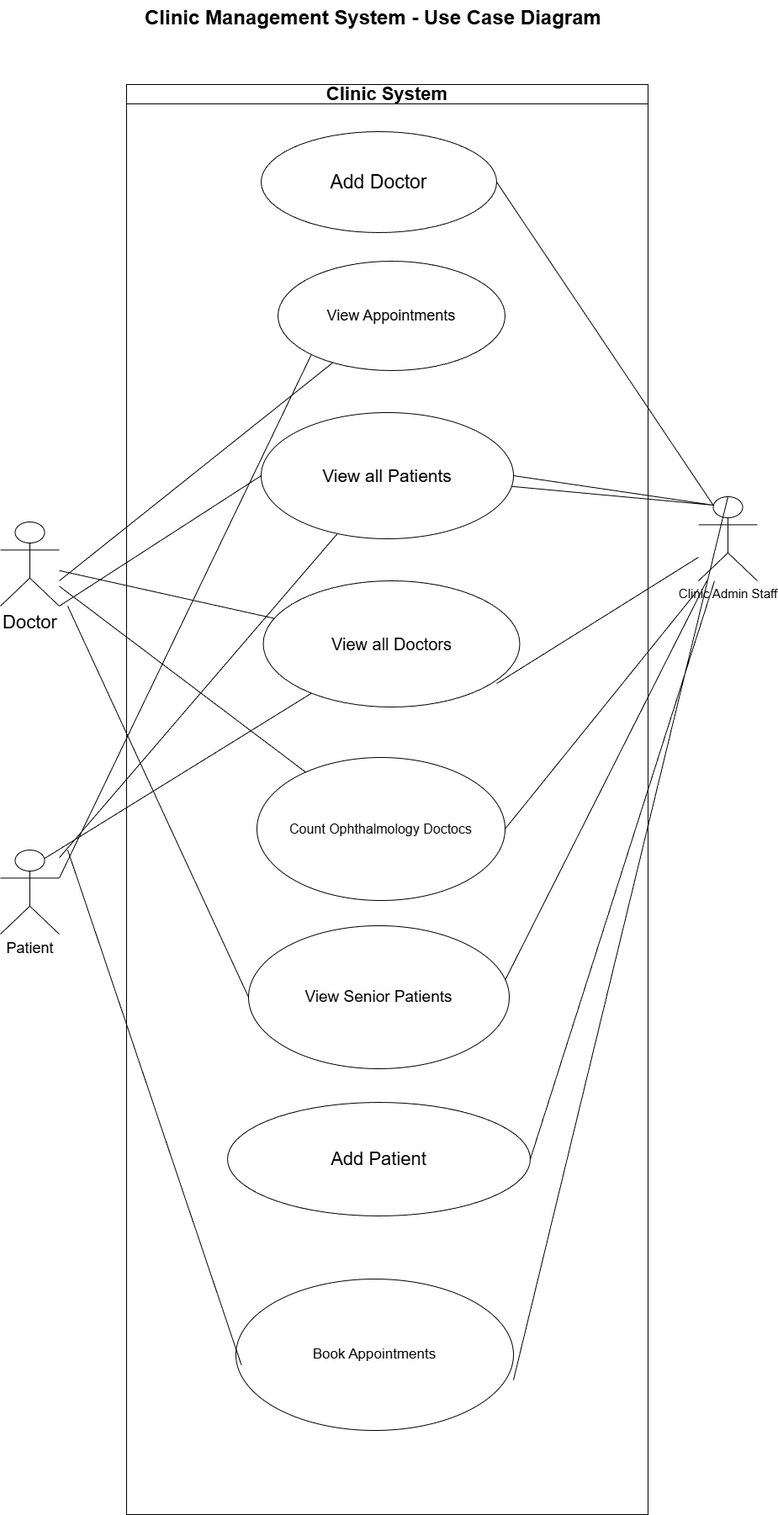
Earlier version of the draw.io export MS800W5_Act1_ClinicSystemUseCaseDiagram.png (RevesBenj/YCCIA_2511). Source tidied: cells renumbered, new cells last; positions are measured from the earlier drawing's top-left corner, leaving out a move shared by most shapes.
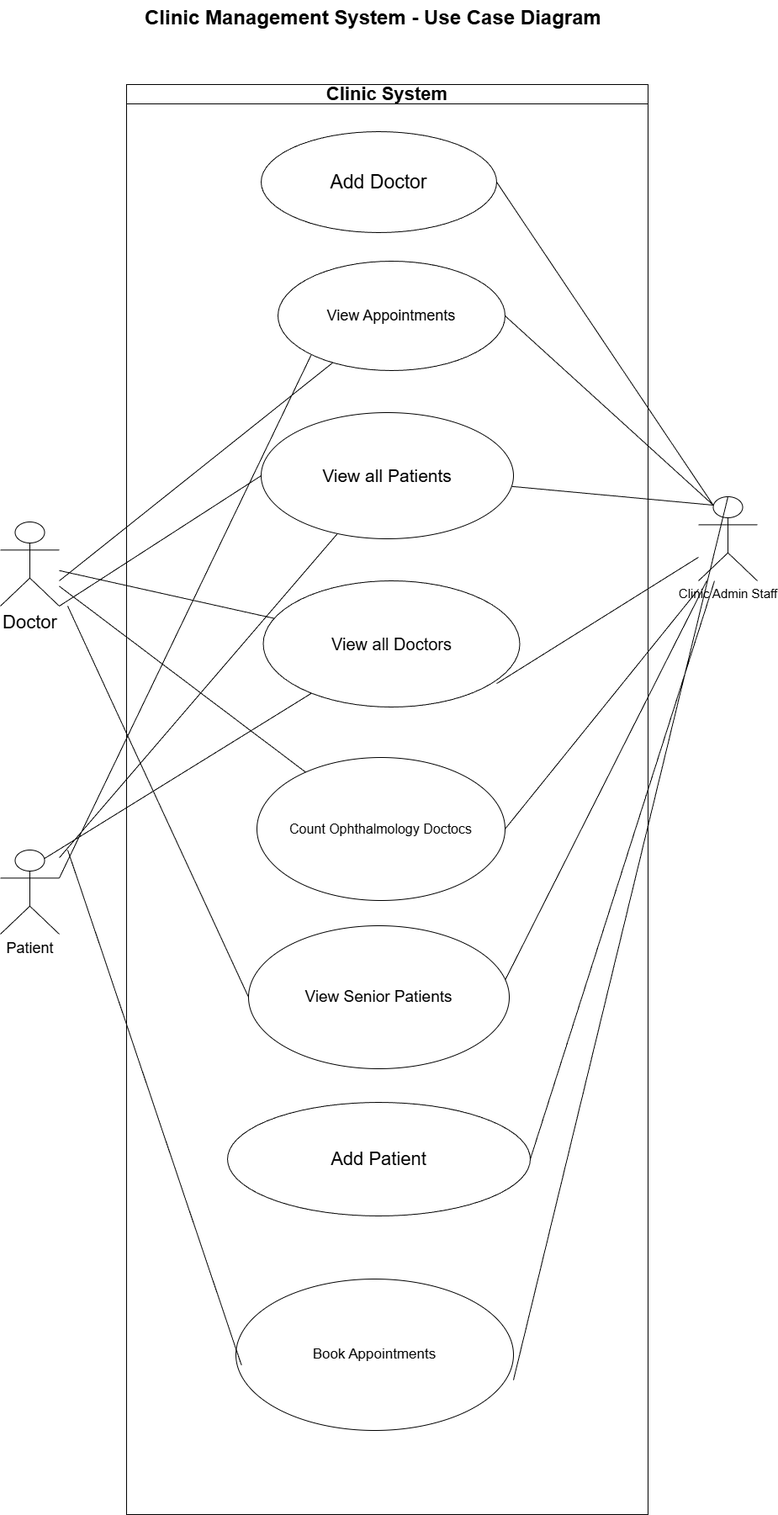
The same diagram one commit later.

The edit, as a diff of the source:
```diff
@@ -29,7 +29,7 @@
     <mxCell id="10" style="endArrow=none;html=1;rounded=0;entryX=0.91;entryY=0.814;entryDx=0;entryDy=0;entryPerimeter=0;" parent="1" edge="1" source="5" target="22">
       <mxGeometry relative="1" as="geometry" />
     </mxCell>
-    <mxCell id="11" style="endArrow=none;html=1;rounded=0;entryX=0.25;entryY=0.1;entryDx=0;entryDy=0;entryPerimeter=0;exitX=1;exitY=0.5;exitDx=0;exitDy=0;" parent="1" edge="1" source="24" target="5">
+    <mxCell id="11" style="endArrow=none;html=1;rounded=0;entryX=0.25;entryY=0.1;entryDx=0;entryDy=0;entryPerimeter=0;exitX=1;exitY=0.5;exitDx=0;exitDy=0;" parent="1" edge="1" source="19" target="5">
       <mxGeometry relative="1" as="geometry" />
     </mxCell>
     <mxCell id="12" style="endArrow=none;html=1;rounded=0;entryX=0.25;entryY=0.1;entryDx=0;entryDy=0;entryPerimeter=0;" parent="1" edge="1" source="24" target="5">
```
